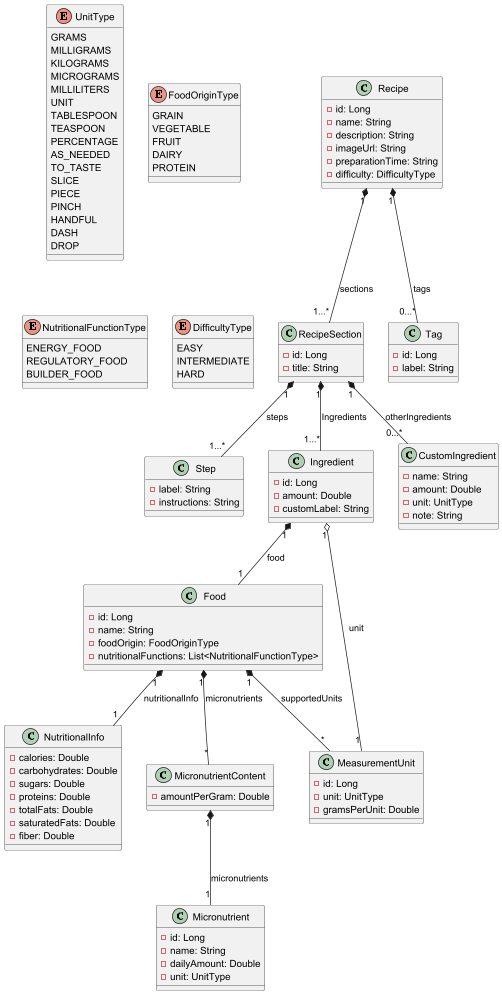
The PlantUML diagram src/main/resources/conceptualDiagram.png in RodriLang/calorie-calculator, before a commit.
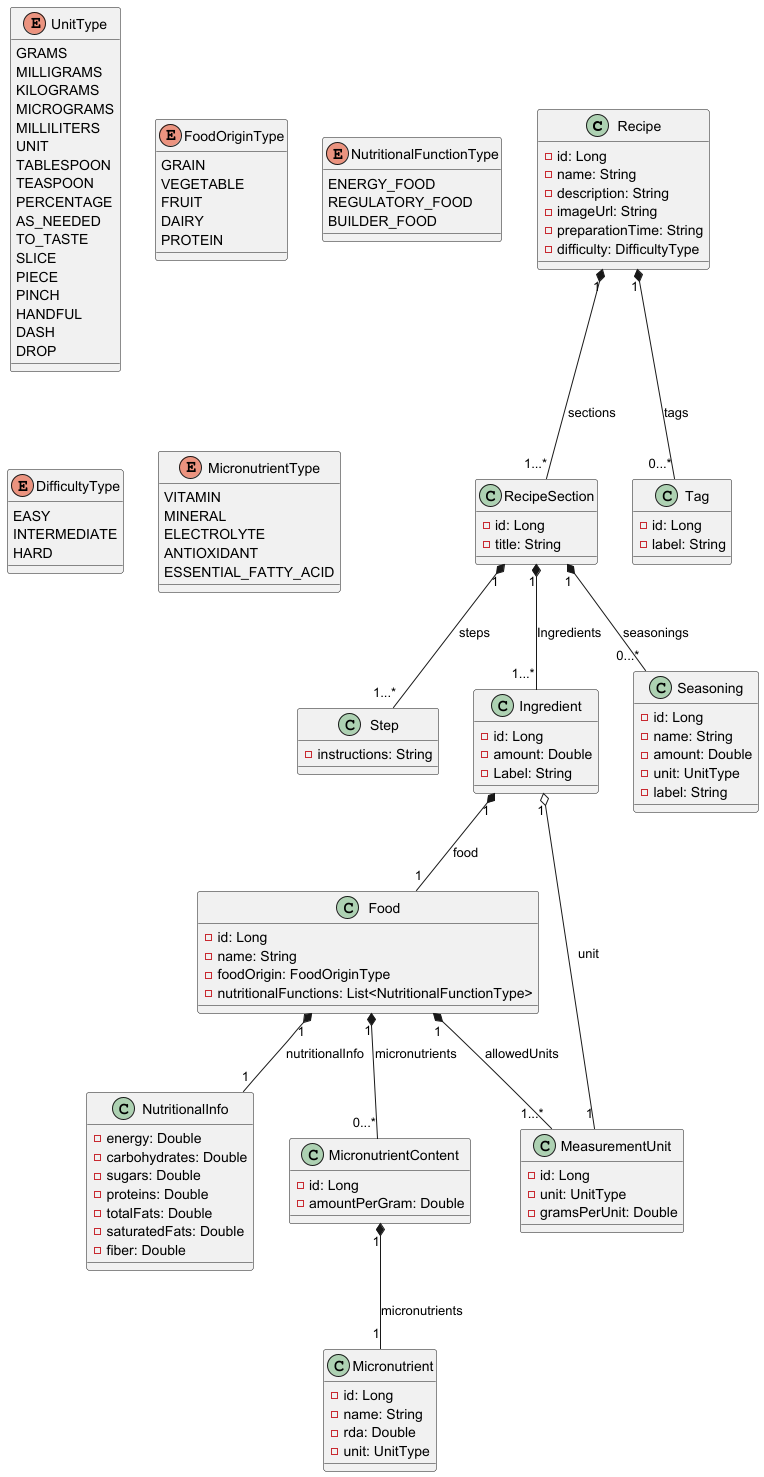
After the change.

Change to the diagram source:
```diff
@@ -22,26 +22,26 @@
 }
 RecipeSection "1" *-- "1...*" Step : steps
 RecipeSection "1" *-- "1...*" Ingredient : Ingredients
-RecipeSection "1" *-- "0...*" CustomIngredient : otherIngredients
+RecipeSection "1" *-- "0...*" Seasoning : seasonings
 
 class Step {
-    - label: String
     - instructions: String
 }
 
 class Ingredient {
     - id: Long
     - amount: Double
-    - customLabel: String
+    - Label: String
 }
 Ingredient "1" *-- "1" Food : food
 Ingredient "1" o-- "1" MeasurementUnit : unit
 
-class CustomIngredient {
+class Seasoning {
+    - id: Long
     - name: String
     - amount: Double
     - unit: UnitType
-    - note: String
+    - label: String
 }
 
 class Food {
@@ -51,11 +51,11 @@
     - nutritionalFunctions: List<NutritionalFunctionType>
 }
 Food "1" *-- "1" NutritionalInfo : nutritionalInfo
-Food "1" *-- "*" MeasurementUnit : supportedUnits
-Food "1" *-- "*" MicronutrientContent : micronutrients
+Food "1" *-- "1...*" MeasurementUnit : allowedUnits
+Food "1" *-- "0...*" MicronutrientContent : micronutrients
 
 class NutritionalInfo {
-    - calories: Double
+    - energy: Double
     - carbohydrates: Double
     - sugars: Double
     - proteins: Double
@@ -65,6 +65,7 @@
 }
 
 class MicronutrientContent {
+    - id: Long
     - amountPerGram: Double
 }
 MicronutrientContent "1" *-- "1" Micronutrient : micronutrients
@@ -72,7 +73,7 @@
 class Micronutrient {
     - id: Long
     - name: String
-    - dailyAmount: Double
+    - rda: Double
     - unit: UnitType
 }
 
@@ -122,4 +123,12 @@
     HARD
 }
 
+enum MicronutrientType {
+    VITAMIN
+    MINERAL
+    ELECTROLYTE
+    ANTIOXIDANT
+    ESSENTIAL_FATTY_ACID
+}
+
 @enduml
```
